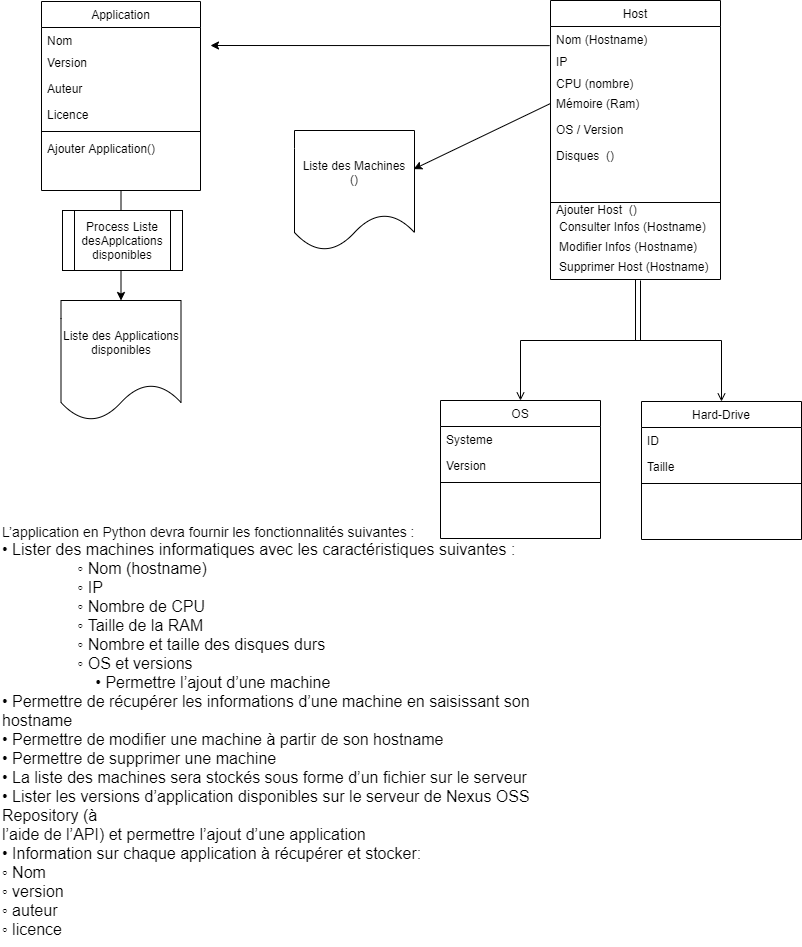
This is UML/PYTHON_JENKINS_UML_01.png from houssembenali/IB_TP_PYTHON, a draw.io export, as it was before one commit. Source tidied: cells renumbered, new cells last; positions are measured from the earlier drawing's top-left corner, leaving out a move shared by most shapes.
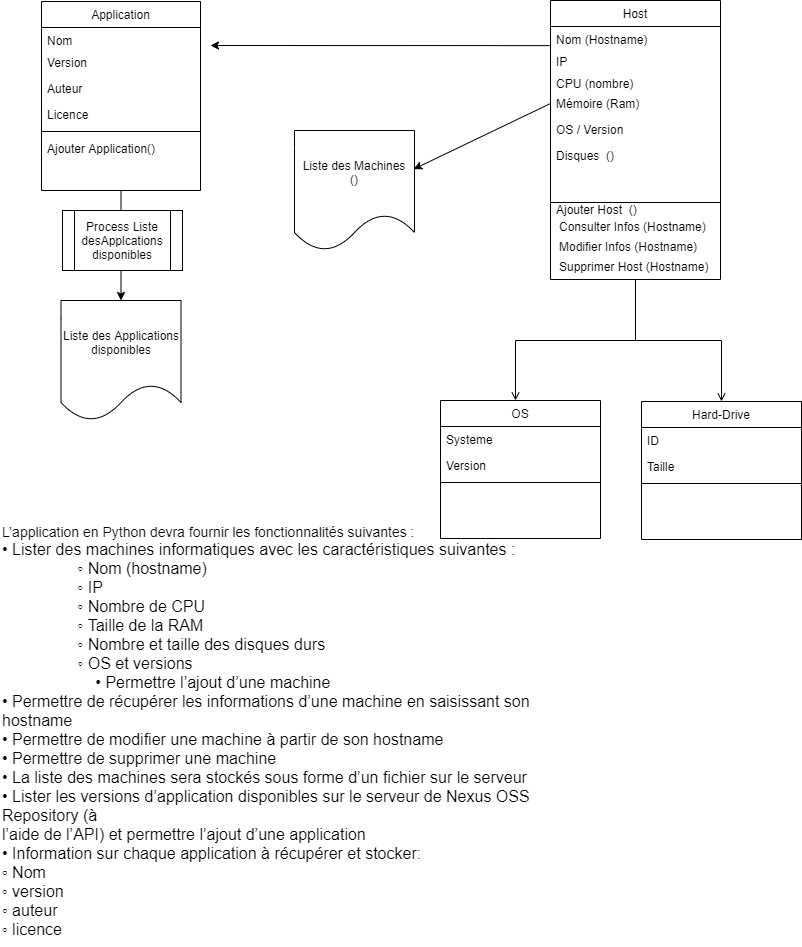
The same file after the commit.

Diff of the diagram source:
```diff
@@ -91,9 +91,10 @@
         <mxPoint x="-40" y="32" as="offset" />
       </mxGeometry>
     </mxCell>
-    <mxCell id="31" style="endArrow=open;shadow=0;strokeWidth=1;rounded=0;endFill=1;edgeStyle=elbowEdgeStyle;elbow=vertical;" parent="1" edge="1" target="14">
+    <mxCell id="31" style="endArrow=open;shadow=0;strokeWidth=1;rounded=0;endFill=1;edgeStyle=elbowEdgeStyle;elbow=vertical;" parent="1" edge="1">
       <mxGeometry x="0.5" y="41" relative="1" as="geometry">
-        <mxPoint x="640" y="280" as="sourcePoint" />
+        <mxPoint x="635" y="280" as="sourcePoint" />
+        <mxPoint x="515" y="400" as="targetPoint" />
         <mxPoint x="-40" y="32" as="offset" />
       </mxGeometry>
     </mxCell>
```
